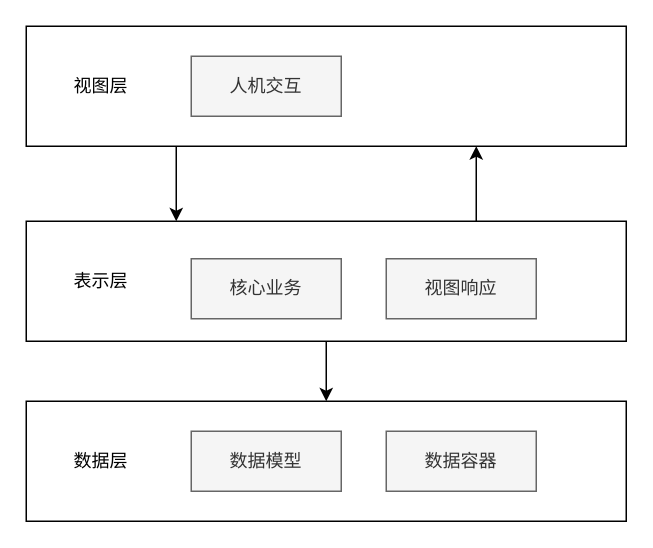
Above: doc/relation.drawio in shanshan-lu/homwork (draw.io), before the change. Source tidied: cells renumbered, new cells numbered last; positions are measured from the earlier drawing's top-left corner, leaving out a move shared by most shapes. Both pictures are drawn from the tidied source at 150%, with x=0, y=0 at pixel (26, 26).
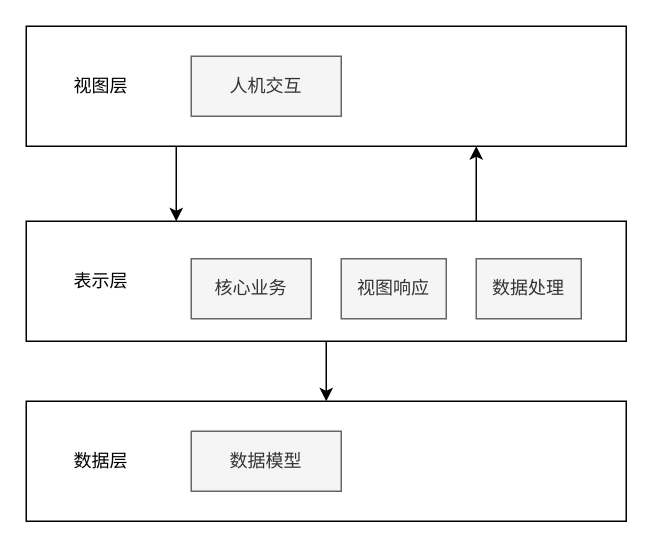
The same diagram, later.

Diff of the diagram source:
```diff
@@
 <mxGraphModel>
   <root>
     <mxCell id="0" />
     <mxCell id="1" parent="0" />
     <mxCell id="2" style="whiteSpace=wrap;html=1;align=center;" parent="1" vertex="1">
       <mxGeometry y="250" width="400" height="80" as="geometry" />
     </mxCell>
     <mxCell id="3" value="数据层" style="text;html=1;strokeColor=none;fillColor=none;align=center;verticalAlign=middle;whiteSpace=wrap;rounded=0;" parent="1" vertex="1">
       <mxGeometry x="20" y="275" width="60" height="30" as="geometry" />
     </mxCell>
     <mxCell id="4" value="数据模型" style="whiteSpace=wrap;html=1;align=center;fillColor=#f5f5f5;fontColor=#333333;strokeColor=#666666;" parent="1" vertex="1">
       <mxGeometry x="110" y="270" width="100" height="40" as="geometry" />
     </mxCell>
-    <mxCell id="5" value="数据容器" style="whiteSpace=wrap;html=1;align=center;fillColor=#f5f5f5;fontColor=#333333;strokeColor=#666666;" parent="1" vertex="1">
-      <mxGeometry x="240" y="270" width="100" height="40" as="geometry" />
-    </mxCell>
     <mxCell id="6" style="edgeStyle=orthogonalEdgeStyle;rounded=0;jettySize=auto;html=1;exitX=0.5;exitY=1;exitDx=0;exitDy=0;entryX=0.5;entryY=0;entryDx=0;entryDy=0;" parent="1" edge="1" source="8" target="2">
       <mxGeometry relative="1" as="geometry" />
     </mxCell>
     <mxCell id="7" style="edgeStyle=orthogonalEdgeStyle;rounded=0;jettySize=auto;html=1;exitX=0.75;exitY=0;exitDx=0;exitDy=0;entryX=0.75;entryY=1;entryDx=0;entryDy=0;" parent="1" edge="1" source="8" target="12">
       <mxGeometry relative="1" as="geometry" />
     </mxCell>
     <mxCell id="8" style="whiteSpace=wrap;html=1;align=center;" parent="1" vertex="1">
       <mxGeometry y="130" width="400" height="80" as="geometry" />
     </mxCell>
     <mxCell id="9" value="表示层" style="text;html=1;strokeColor=none;fillColor=none;align=center;verticalAlign=middle;whiteSpace=wrap;rounded=0;" parent="1" vertex="1">
       <mxGeometry x="20" y="155" width="60" height="30" as="geometry" />
     </mxCell>
     <mxCell id="10" value="核心业务" style="whiteSpace=wrap;html=1;align=center;fillColor=#f5f5f5;fontColor=#333333;strokeColor=#666666;" parent="1" vertex="1">
-      <mxGeometry x="110" y="155" width="100" height="40" as="geometry" />
+      <mxGeometry x="110" y="155" width="80" height="40" as="geometry" />
     </mxCell>
     <mxCell id="11" style="edgeStyle=orthogonalEdgeStyle;rounded=0;jettySize=auto;html=1;exitX=0.25;exitY=1;exitDx=0;exitDy=0;entryX=0.25;entryY=0;entryDx=0;entryDy=0;" parent="1" edge="1" source="12" target="8">
       <mxGeometry relative="1" as="geometry" />
     </mxCell>
     <mxCell id="12" style="whiteSpace=wrap;html=1;align=center;" parent="1" vertex="1">
       <mxGeometry width="400" height="80" as="geometry" />
     </mxCell>
     <mxCell id="13" value="视图层" style="text;html=1;strokeColor=none;fillColor=none;align=center;verticalAlign=middle;whiteSpace=wrap;rounded=0;" parent="1" vertex="1">
       <mxGeometry x="20" y="25" width="60" height="30" as="geometry" />
     </mxCell>
     <mxCell id="14" value="人机交互" style="whiteSpace=wrap;html=1;align=center;fillColor=#f5f5f5;fontColor=#333333;strokeColor=#666666;" parent="1" vertex="1">
       <mxGeometry x="110" y="20" width="100" height="40" as="geometry" />
     </mxCell>
     <mxCell id="15" value="视图响应" style="whiteSpace=wrap;html=1;align=center;fillColor=#f5f5f5;fontColor=#333333;strokeColor=#666666;" parent="1" vertex="1">
-      <mxGeometry x="240" y="155" width="100" height="40" as="geometry" />
+      <mxGeometry x="210" y="155" width="70" height="40" as="geometry" />
     </mxCell>
+    <mxCell id="16" value="数据处理" style="whiteSpace=wrap;html=1;align=center;fillColor=#f5f5f5;fontColor=#333333;strokeColor=#666666;" parent="1" vertex="1">
+      <mxGeometry x="300" y="155" width="70" height="40" as="geometry" />
+    </mxCell>
   </root>
 </mxGraphModel>
```
